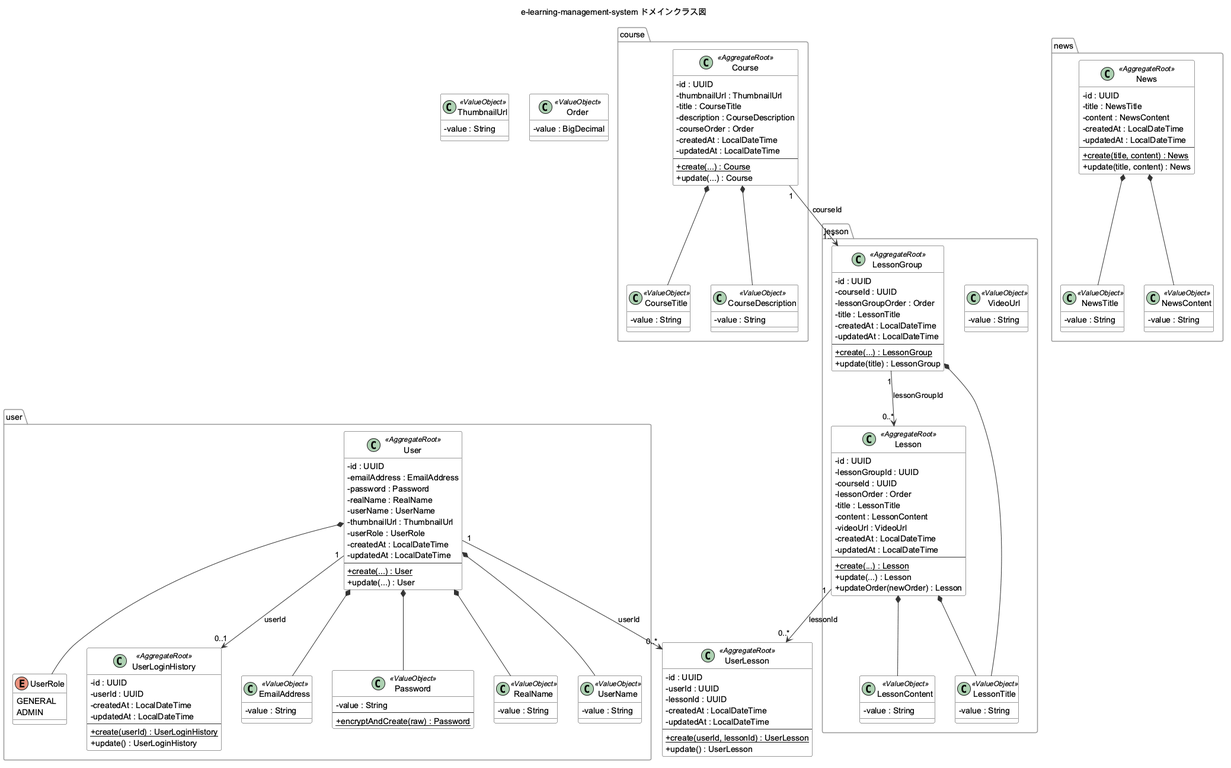
The PlantUML diagram docs/class-diagram.png in stra24/elms-backend, before a commit.
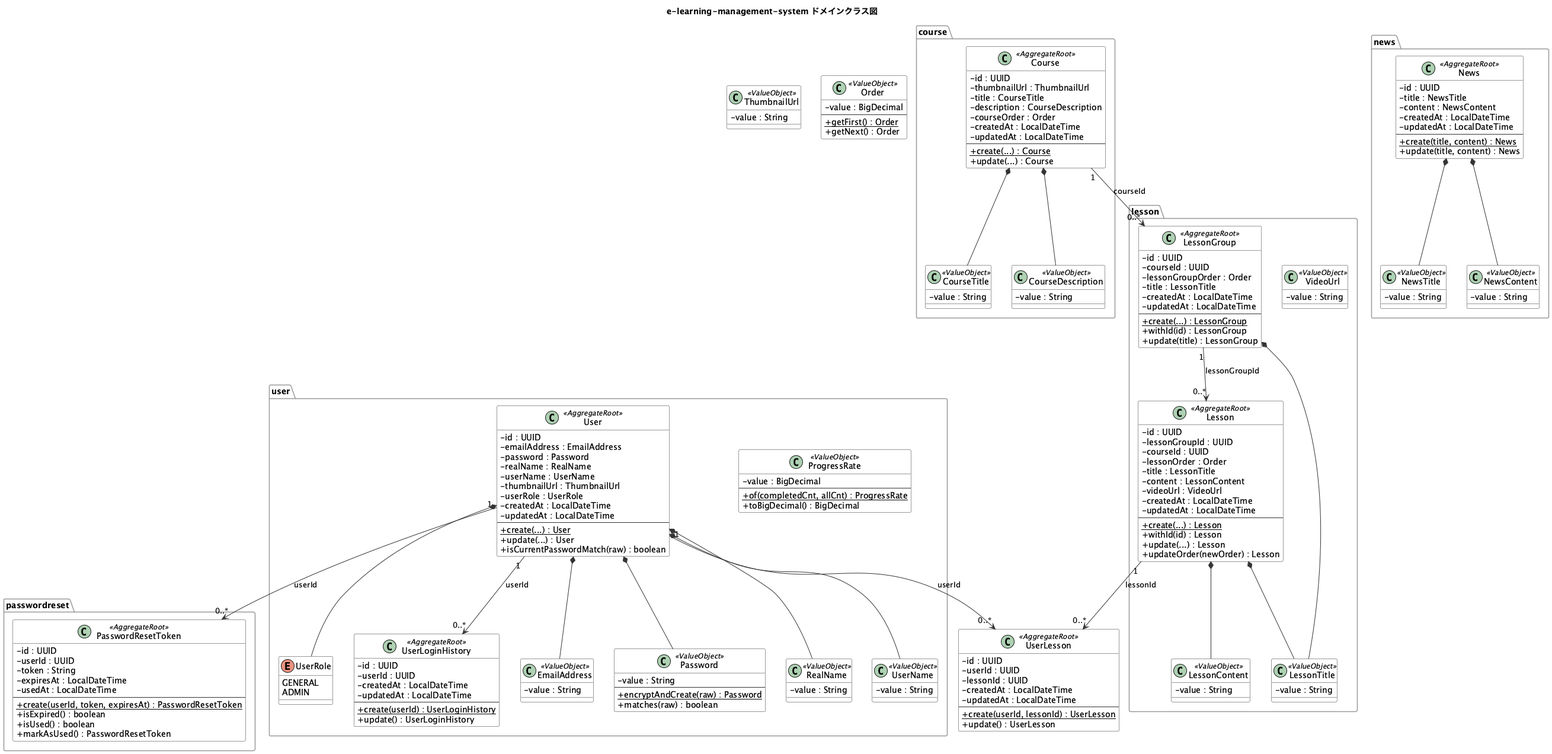
The same diagram one commit later.

Diff of the diagram source:
```diff
@@ -1,5 +1,4 @@
 @startuml class-diagram
-skinparam defaultFontName "Arial Unicode MS"
 title e-learning-management-system ドメインクラス図
 
 skinparam classAttributeIconSize 0
@@ -19,6 +18,9 @@
 
 class Order <<ValueObject>> {
   - value : BigDecimal
+  --
+  + {static} getFirst() : Order
+  + getNext() : Order
 }
 
 package "user" {
@@ -35,6 +37,7 @@
     --
     + {static} create(...) : User
     + update(...) : User
+    + isCurrentPasswordMatch(raw) : boolean
   }
 
   enum UserRole {
@@ -60,6 +63,7 @@
     - value : String
     --
     + {static} encryptAndCreate(raw) : Password
+    + matches(raw) : boolean
   }
 
   class RealName <<ValueObject>> {
@@ -68,6 +72,13 @@
 
   class UserName <<ValueObject>> {
     - value : String
+  }
+
+  class ProgressRate <<ValueObject>> {
+    - value : BigDecimal
+    --
+    + {static} of(completedCnt, allCnt) : ProgressRate
+    + toBigDecimal() : BigDecimal
   }
 }
 
@@ -104,6 +115,7 @@
     - updatedAt : LocalDateTime
     --
     + {static} create(...) : LessonGroup
+    + withId(id) : LessonGroup
     + update(title) : LessonGroup
   }
 
@@ -119,6 +131,7 @@
     - updatedAt : LocalDateTime
     --
     + {static} create(...) : Lesson
+    + withId(id) : Lesson
     + update(...) : Lesson
     + updateOrder(newOrder) : Lesson
   }
@@ -168,11 +181,27 @@
   }
 }
 
-User "1" --> "0..1" UserLoginHistory : userId
+package "passwordreset" {
+  class PasswordResetToken <<AggregateRoot>> {
+    - id : UUID
+    - userId : UUID
+    - token : String
+    - expiresAt : LocalDateTime
+    - usedAt : LocalDateTime
+    --
+    + {static} create(userId, token, expiresAt) : PasswordResetToken
+    + isExpired() : boolean
+    + isUsed() : boolean
+    + markAsUsed() : PasswordResetToken
+  }
+}
+
+User "1" --> "0..*" UserLoginHistory : userId
 User "1" --> "0..*" UserLesson : userId
-Course "1" --> "1..*" LessonGroup : courseId
+Course "1" --> "0..*" LessonGroup : courseId
 LessonGroup "1" --> "0..*" Lesson : lessonGroupId
 Lesson "1" --> "0..*" UserLesson : lessonId
+User "1" --> "0..*" PasswordResetToken : userId
 
 User *-- EmailAddress
 User *-- Password
```
